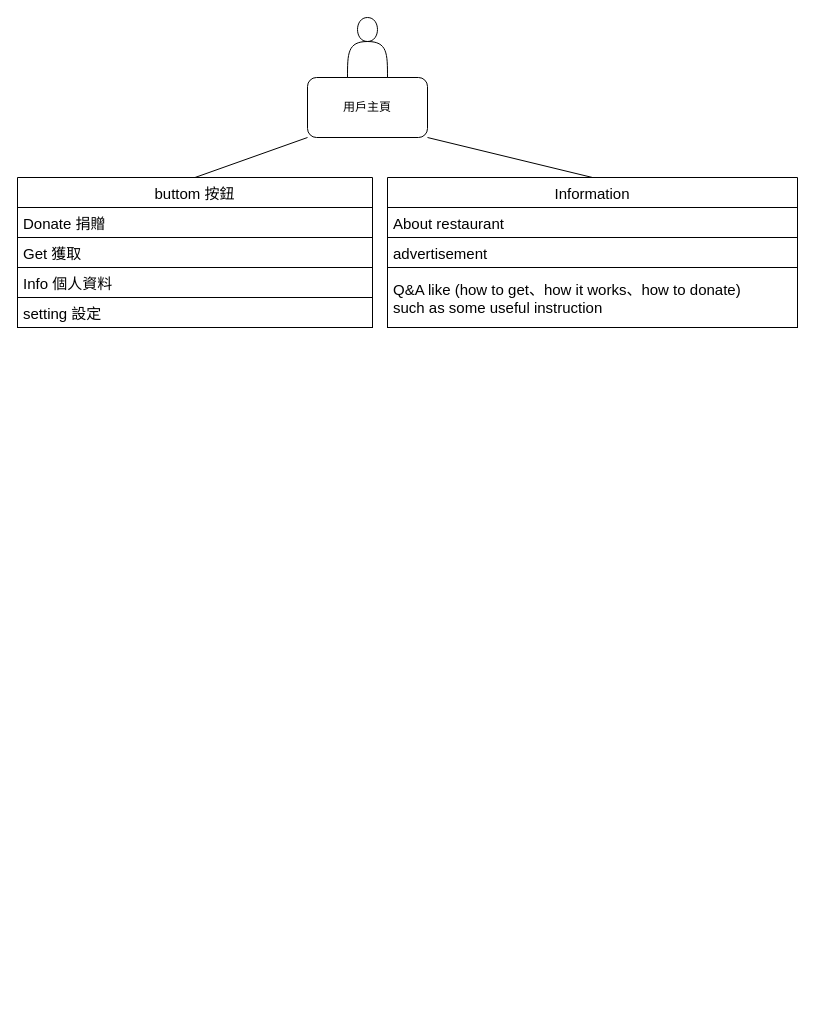
The draw.io diagram Untitled Diagram.drawio in aaaaaron722/solution-challenge, before the edit. Source tidied: cells renumbered, new cells numbered last; positions are measured from the earlier drawing's top-left corner, leaving out a move shared by most shapes. Both pictures are drawn from the tidied source at 100%, with x=0, y=0 at pixel (17, 17).
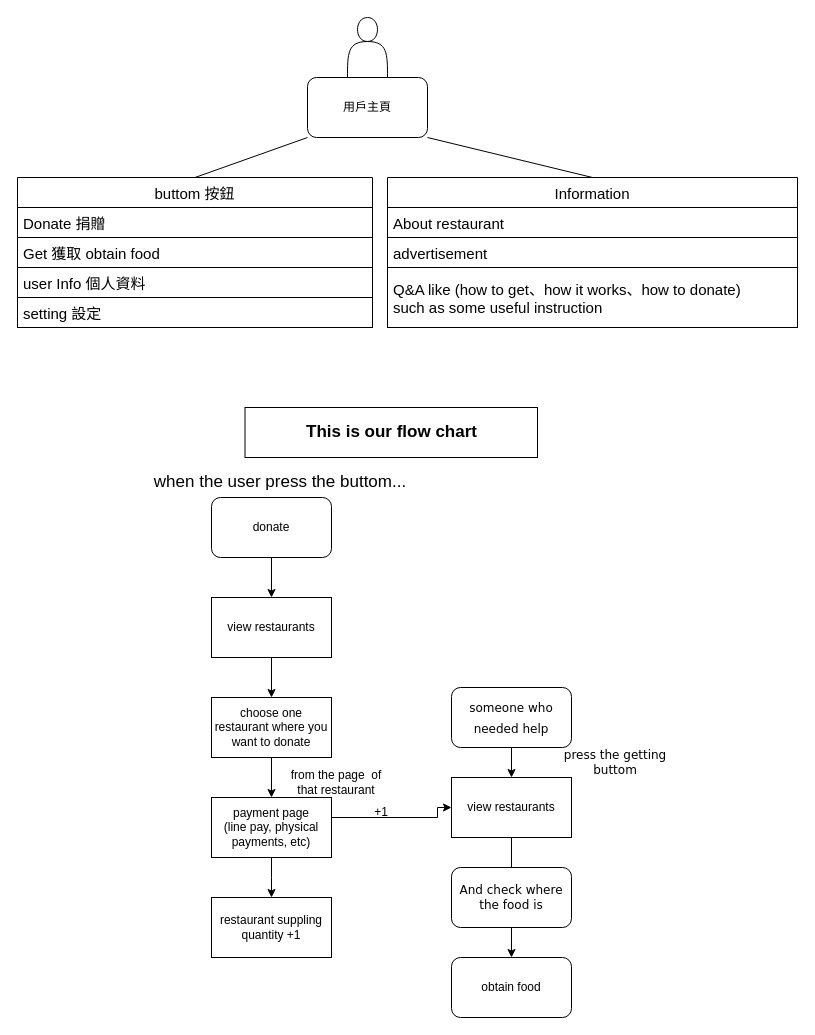
The same page after the edit.

The change refers to these unchanged cells:
```xml
<mxCell id="2" value="buttom 按鈕" style="swimlane;fontStyle=0;horizontal=1;startSize=30;fontSize=15;" parent="1" vertex="1">
  <mxGeometry y="160" width="355" height="150" as="geometry" />
</mxCell>
```

Change to the diagram source:
```diff
@@
-    <mxCell id="4" value="Get 獲取" style="text;strokeColor=default;fillColor=none;align=left;verticalAlign=middle;spacingLeft=4;spacingRight=4;overflow=hidden;fontSize=15;" parent="2" vertex="1">
+    <mxCell id="4" value="Get 獲取 obtain food" style="text;strokeColor=default;fillColor=none;align=left;verticalAlign=middle;spacingLeft=4;spacingRight=4;overflow=hidden;fontSize=15;" parent="2" vertex="1">
       <mxGeometry y="60" width="355" height="30" as="geometry" />
     </mxCell>
-    <mxCell id="5" value="Info 個人資料" style="text;strokeColor=none;fillColor=none;align=left;verticalAlign=middle;spacingLeft=4;spacingRight=4;overflow=hidden;fontSize=15;" parent="2" vertex="1">
+    <mxCell id="5" value="user Info 個人資料" style="text;strokeColor=none;fillColor=none;align=left;verticalAlign=middle;spacingLeft=4;spacingRight=4;overflow=hidden;fontSize=15;" parent="2" vertex="1">
       <mxGeometry y="90" width="355" height="30" as="geometry" />
     </mxCell>
@@
+    <mxCell id="15" style="edgeStyle=orthogonalEdgeStyle;rounded=0;jettySize=auto;html=1;exitX=0.5;exitY=1;exitDx=0;exitDy=0;entryX=0.5;entryY=0;entryDx=0;entryDy=0;" parent="1" edge="1" source="16" target="18">
+      <mxGeometry relative="1" as="geometry" />
+    </mxCell>
+    <mxCell id="16" value="donate" style="rounded=1;whiteSpace=wrap;html=1;" parent="1" vertex="1">
+      <mxGeometry x="194" y="480" width="120" height="60" as="geometry" />
+    </mxCell>
+    <mxCell id="17" style="edgeStyle=orthogonalEdgeStyle;rounded=0;jettySize=auto;html=1;" parent="1" edge="1" source="18" target="20">
+      <mxGeometry relative="1" as="geometry" />
+    </mxCell>
+    <mxCell id="18" value="view restaurants" style="rounded=0;whiteSpace=wrap;html=1;" parent="1" vertex="1">
+      <mxGeometry x="194" y="580" width="120" height="60" as="geometry" />
+    </mxCell>
+    <mxCell id="19" style="edgeStyle=orthogonalEdgeStyle;rounded=0;jettySize=auto;html=1;entryX=0.5;entryY=0;entryDx=0;entryDy=0;" parent="1" edge="1" source="20" target="23">
+      <mxGeometry relative="1" as="geometry" />
+    </mxCell>
+    <mxCell id="20" value="choose one restaurant where you want to donate" style="rounded=0;whiteSpace=wrap;html=1;" parent="1" vertex="1">
+      <mxGeometry x="194" y="680" width="120" height="60" as="geometry" />
+    </mxCell>
+    <mxCell id="21" style="edgeStyle=orthogonalEdgeStyle;rounded=0;jettySize=auto;html=1;entryX=0;entryY=0.5;entryDx=0;entryDy=0;" parent="1" edge="1" source="23" target="26">
+      <mxGeometry relative="1" as="geometry">
+        <Array as="points">
+          <mxPoint x="420" y="800" />
+          <mxPoint x="420" y="790" />
+        </Array>
+      </mxGeometry>
+    </mxCell>
+    <mxCell id="22" style="edgeStyle=orthogonalEdgeStyle;rounded=0;jettySize=auto;html=1;" parent="1" edge="1" source="23">
+      <mxGeometry relative="1" as="geometry">
+        <mxPoint x="254" y="880" as="targetPoint" />
+      </mxGeometry>
+    </mxCell>
+    <mxCell id="23" value="payment page&lt;br&gt;(line pay, physical payments, etc)" style="rounded=0;whiteSpace=wrap;html=1;" parent="1" vertex="1">
+      <mxGeometry x="194" y="780" width="120" height="60" as="geometry" />
+    </mxCell>
+    <mxCell id="24" value="from the page&amp;nbsp; of that restaurant" style="text;html=1;strokeColor=none;fillColor=none;align=center;verticalAlign=middle;whiteSpace=wrap;rounded=0;" parent="1" vertex="1">
+      <mxGeometry x="264" y="750" width="110" height="30" as="geometry" />
+    </mxCell>
+    <mxCell id="25" value="obtain food" style="rounded=1;whiteSpace=wrap;html=1;" parent="1" vertex="1">
+      <mxGeometry x="434" y="940" width="120" height="60" as="geometry" />
+    </mxCell>
+    <mxCell id="26" value="view restaurants" style="rounded=0;whiteSpace=wrap;html=1;" parent="1" vertex="1">
+      <mxGeometry x="434" y="760" width="120" height="60" as="geometry" />
+    </mxCell>
+    <mxCell id="27" value="+1" style="text;html=1;strokeColor=none;fillColor=none;align=center;verticalAlign=middle;whiteSpace=wrap;rounded=0;" parent="1" vertex="1">
+      <mxGeometry x="334" y="780" width="60" height="30" as="geometry" />
+    </mxCell>
+    <mxCell id="28" value="restaurant suppling quantity +1" style="rounded=0;whiteSpace=wrap;html=1;" parent="1" vertex="1">
+      <mxGeometry x="194" y="880" width="120" height="60" as="geometry" />
+    </mxCell>
+    <mxCell id="29" value="&lt;span style=&quot;font-size: 17px&quot;&gt;&lt;b&gt;This is our flow chart&lt;/b&gt;&lt;/span&gt;" style="text;html=1;strokeColor=default;fillColor=none;align=center;verticalAlign=middle;whiteSpace=wrap;rounded=0;" parent="1" vertex="1">
+      <mxGeometry x="227.5" y="390" width="292.5" height="50" as="geometry" />
+    </mxCell>
+    <mxCell id="30" value="when the user press the buttom..." style="text;html=1;strokeColor=none;fillColor=none;align=center;verticalAlign=middle;whiteSpace=wrap;rounded=0;fontSize=17;" parent="1" vertex="1">
+      <mxGeometry x="130" y="450" width="266" height="30" as="geometry" />
+    </mxCell>
+    <mxCell id="31" value="&lt;font face=&quot;Verdana&quot; style=&quot;font-size: 12px&quot;&gt;someone who needed help&lt;/font&gt;" style="rounded=1;whiteSpace=wrap;html=1;fontSize=17;strokeColor=default;" parent="1" vertex="1">
+      <mxGeometry x="434" y="670" width="120" height="60" as="geometry" />
+    </mxCell>
+    <mxCell id="32" value="press the getting buttom" style="text;html=1;strokeColor=none;fillColor=none;align=center;verticalAlign=middle;whiteSpace=wrap;rounded=0;fontFamily=Verdana;fontSize=12;" parent="1" vertex="1">
+      <mxGeometry x="540" y="730" width="116" height="30" as="geometry" />
+    </mxCell>
+    <mxCell id="33" style="endArrow=classic;html=1;rounded=0;fontFamily=Verdana;fontSize=12;exitX=0.5;exitY=1;exitDx=0;exitDy=0;" parent="1" edge="1" source="31" target="26">
+      <mxGeometry relative="1" as="geometry" />
+    </mxCell>
+    <mxCell id="34" style="endArrow=classic;html=1;rounded=0;fontFamily=Verdana;fontSize=12;exitX=0.5;exitY=1;exitDx=0;exitDy=0;entryX=0.5;entryY=0;entryDx=0;entryDy=0;startArrow=none;" parent="1" edge="1" source="35" target="25">
+      <mxGeometry relative="1" as="geometry" />
+    </mxCell>
+    <mxCell id="35" value="And check where the food is" style="rounded=1;whiteSpace=wrap;html=1;fontFamily=Verdana;fontSize=12;strokeColor=default;" parent="1" vertex="1">
+      <mxGeometry x="434" y="850" width="120" height="60" as="geometry" />
+    </mxCell>
+    <mxCell id="36" style="endArrow=none;html=1;rounded=0;fontFamily=Verdana;fontSize=12;exitX=0.5;exitY=1;exitDx=0;exitDy=0;entryX=0.5;entryY=0;entryDx=0;entryDy=0;" parent="1" edge="1" source="26" target="35">
+      <mxGeometry relative="1" as="geometry" />
+    </mxCell>
```
